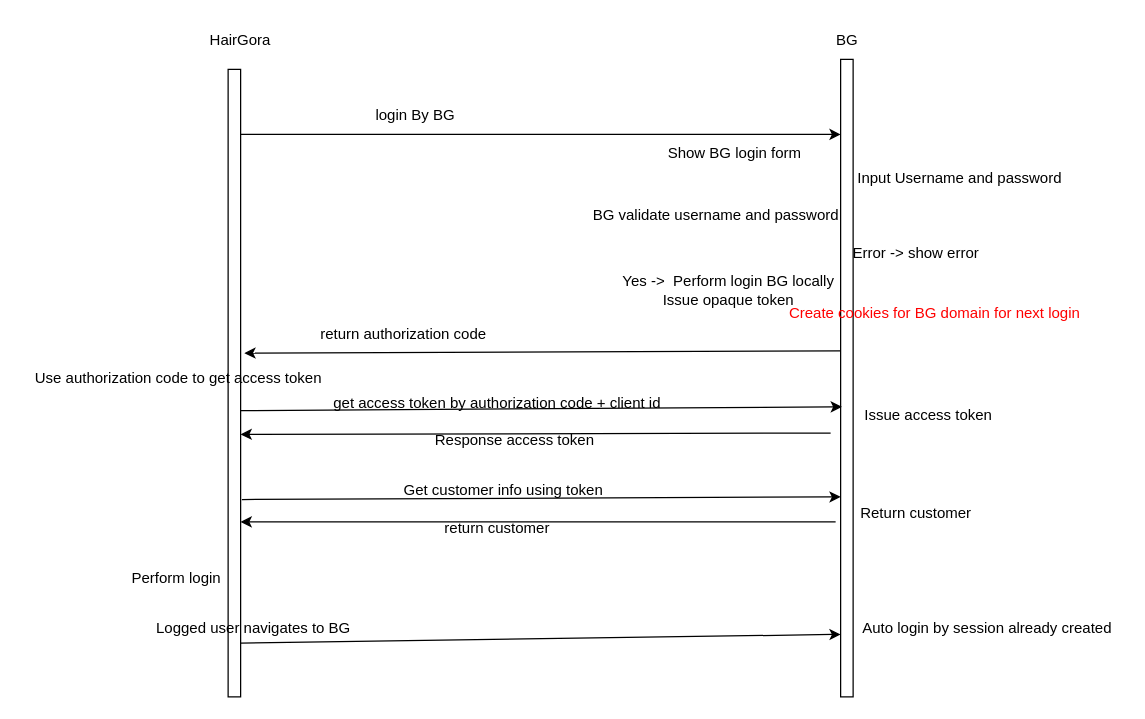
hoa89nguyen/myproject keeps this draw.io diagram as page "Page-2" (2 of 4) of Untitled Diagram.drawio. Above is the earlier version. Source tidied: cells renumbered, new cells numbered last; positions are measured from the earlier drawing's top-left corner, leaving out a move shared by most shapes. Both pictures are drawn from the tidied source at 125%, with x=0, y=0 at pixel (21, 21).
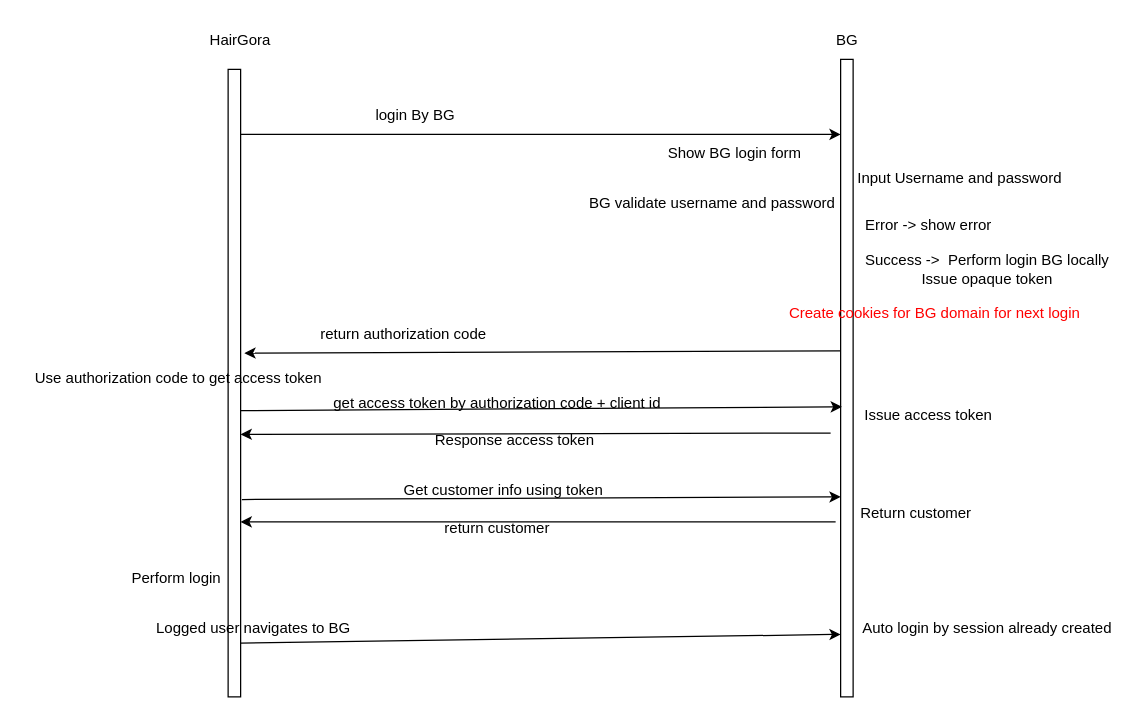
After the change.

The edit, as a diff of the source:
```diff
@@
     <mxCell id="9" value="BG validate user&lt;span style=&quot;background-color: transparent; color: light-dark(rgb(0, 0, 0), rgb(255, 255, 255));&quot;&gt;name and password&lt;/span&gt;" style="text;html=1;align=center;verticalAlign=middle;strokeColor=none;fillColor=none;" parent="1" vertex="1">
-      <mxGeometry x="445" y="140" width="220" height="30" as="geometry" />
+      <mxGeometry x="442" y="130" width="220" height="30" as="geometry" />
     </mxCell>
     <mxCell id="10" value="Error -&amp;gt; show error" style="text;html=1;align=center;verticalAlign=middle;strokeColor=none;fillColor=none;" parent="1" vertex="1">
-      <mxGeometry x="655" y="170" width="120" height="30" as="geometry" />
+      <mxGeometry x="665" y="148" width="120" height="30" as="geometry" />
     </mxCell>
-    <mxCell id="11" value="Yes -&amp;gt;&amp;nbsp; Perform login BG locally&lt;br&gt;Issue opaque token" style="text;html=1;align=center;verticalAlign=middle;strokeColor=none;fillColor=none;" parent="1" vertex="1">
-      <mxGeometry x="470" y="195" width="190" height="40" as="geometry" />
+    <mxCell id="11" value="Success -&amp;gt;&amp;nbsp; Perform login BG locally&lt;br&gt;Issue opaque token" style="text;html=1;align=center;verticalAlign=middle;strokeColor=none;fillColor=none;" parent="1" vertex="1">
+      <mxGeometry x="662" y="178" width="220" height="40" as="geometry" />
     </mxCell>
```
